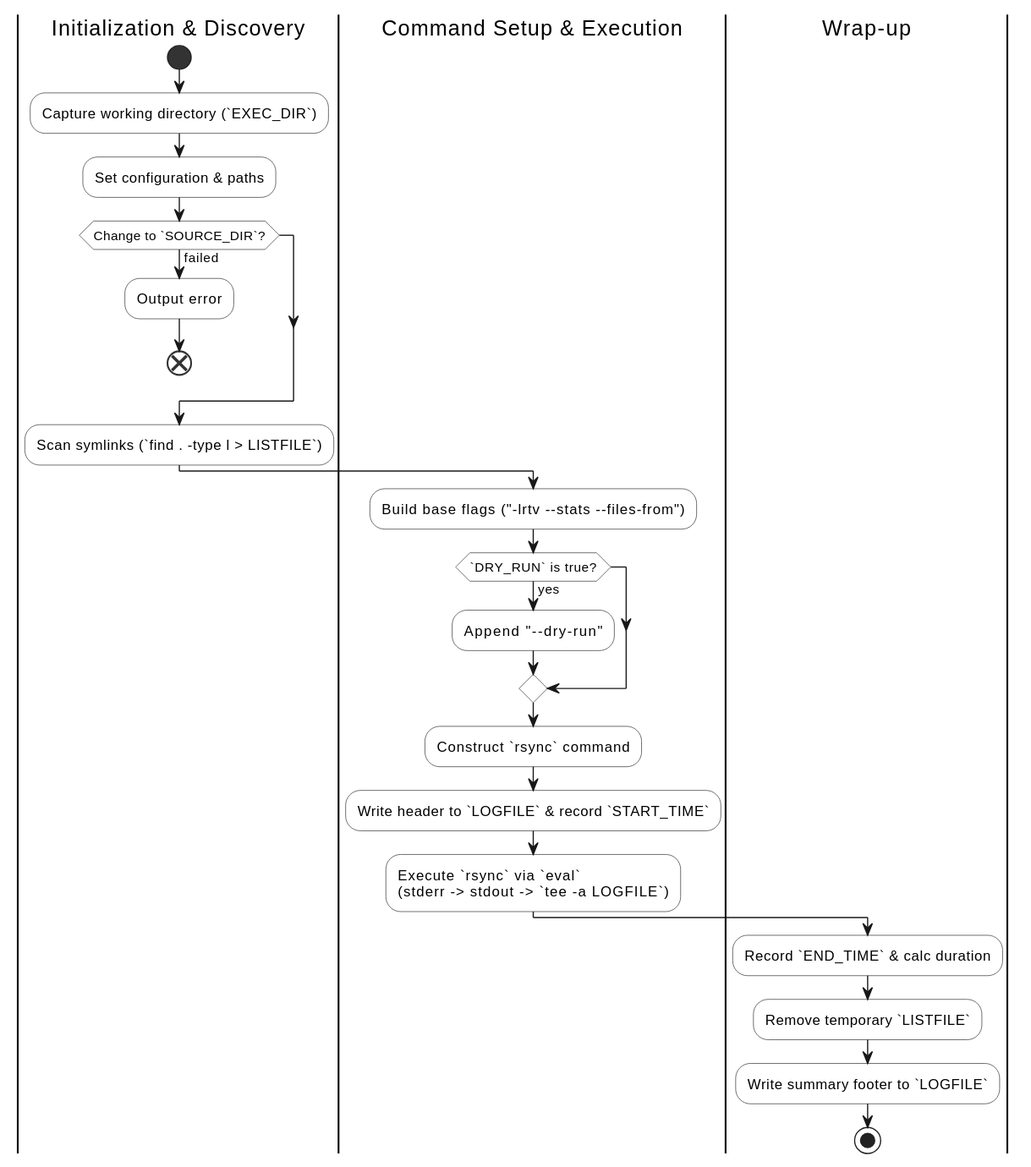
jonnyhtw/scripts keeps this PlantUML diagram as sync_symlinks.svg. Above is the earlier version. The source it was exported from:
```plantuml
@startuml
skinparam activity {
  BackgroundColor White
  BorderColor #333333
  BarColor #333333
  StartColor #333333
  EndColor #333333
}

|Initialization & Discovery|
start
:Capture working directory (`EXEC_DIR`);
:Set configuration & paths;
if (Change to `SOURCE_DIR`?) then (failed)
  :Output error;
  end
endif
:Scan symlinks (`find . -type l > LISTFILE`);

|Command Setup & Execution|
:Build base flags ("-lrtv &#45;&#45;stats &#45;&#45;files-from");
if (`DRY_RUN` is true?) then (yes)
  :Append "&#45;&#45;dry-run";
endif
:Construct `rsync` command;
:Write header to `LOGFILE` & record `START_TIME`;
:Execute `rsync` via `eval`
(stderr -> stdout -> `tee -a LOGFILE`);

|Wrap-up|
:Record `END_TIME` & calc duration;
:Remove temporary `LISTFILE`;
:Write summary footer to `LOGFILE`;
stop
@enduml
```
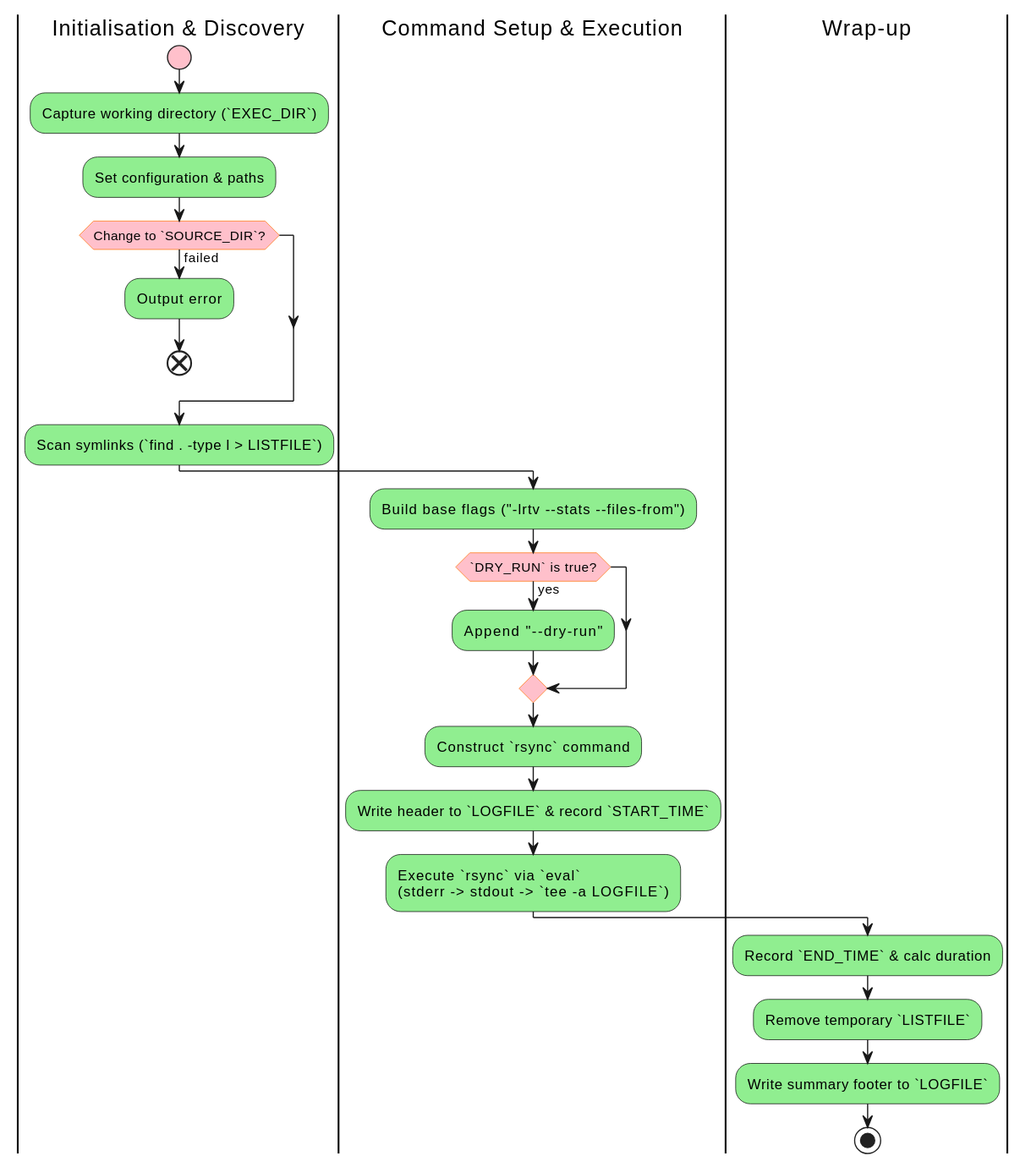
Above is the later version.

Commit message:
Enhance sync_symlinks diagram with updated colors and styles

- Changed background color to #b6cc27 and adjusted border and bar colors for better visibility.
- Updated the activity diamond's background and border colors for improved aesthetics.
- Corrected the spelling of "Initialization" to "Initialisation" in the diagram.
- Updated the SVG representation to reflect the new color scheme and styles.

What changed in the source:
```diff
@@ -1,13 +1,19 @@
 @startuml
 skinparam activity {
-  BackgroundColor White
-  BorderColor #333333
-  BarColor #333333
-  StartColor #333333
-  EndColor #333333
+  BackgroundColor lightgreen
+  BorderColor black
+  BarColor #8e2424
+  StartColor pink
 }
 
-|Initialization & Discovery|
+skinparam activityDiamond {
+  BackgroundColor pink
+  BorderColor     #FF6F00
+}
+
+
+
+|Initialisation & Discovery|
 start
 :Capture working directory (`EXEC_DIR`);
 :Set configuration & paths;
```
